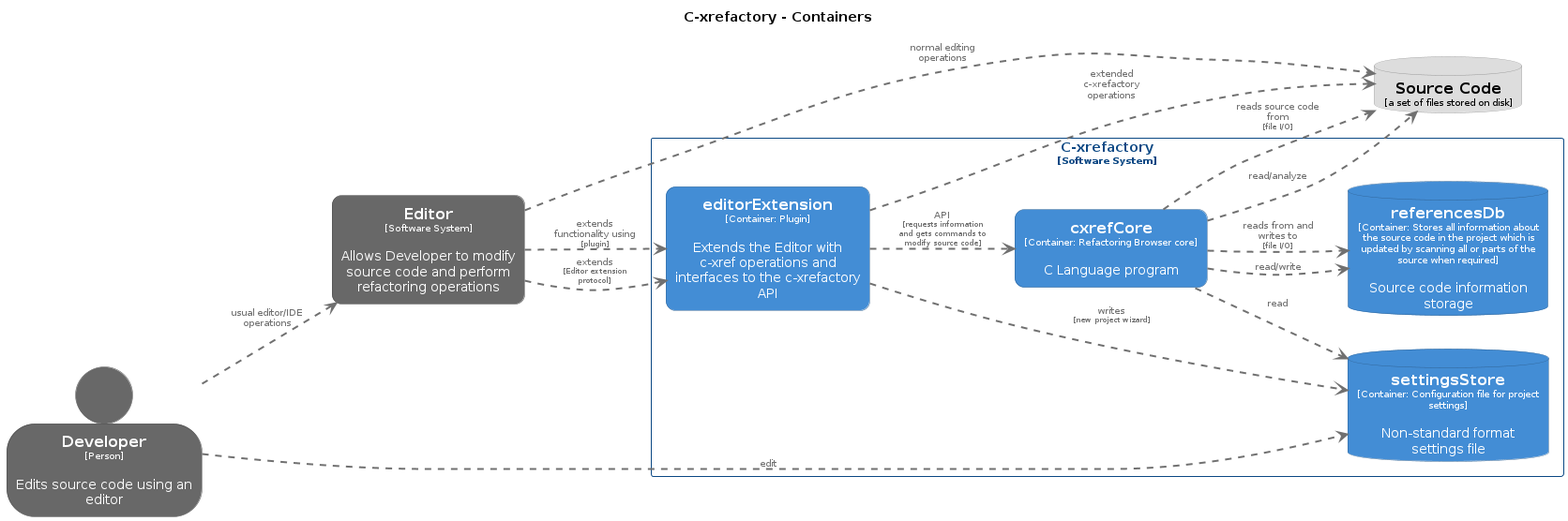
The PlantUML diagram ContainerView.png in thoni56/c-xrefactory, before a commit. Its diagram source:
```plantuml
@startuml
set separator none
title C-xrefactory - Containers

left to right direction

skinparam {
  arrowFontSize 10
  defaultTextAlignment center
  wrapWidth 200
  maxMessageSize 100
}

hide stereotype

skinparam person<<Developer>> {
  BackgroundColor #686868
  FontColor #ffffff
  BorderColor #484848
  shadowing false
}
skinparam rectangle<<Editor>> {
  BackgroundColor #686868
  FontColor #ffffff
  BorderColor #484848
  roundCorner 20
  shadowing false
}
skinparam database<<3>> {
  BackgroundColor #dddddd
  FontColor #000000
  BorderColor #9a9a9a
  shadowing false
}
skinparam rectangle<<Cxrefactory.cxrefCore>> {
  BackgroundColor #438dd5
  FontColor #ffffff
  BorderColor #2e6295
  roundCorner 20
  shadowing false
}
skinparam rectangle<<Cxrefactory.editorExtension>> {
  BackgroundColor #438dd5
  FontColor #ffffff
  BorderColor #2e6295
  roundCorner 20
  shadowing false
}
skinparam database<<Cxrefactory.referencesDb>> {
  BackgroundColor #438dd5
  FontColor #ffffff
  BorderColor #2e6295
  shadowing false
}
skinparam database<<Cxrefactory.settingsStore>> {
  BackgroundColor #438dd5
  FontColor #ffffff
  BorderColor #2e6295
  shadowing false
}
skinparam rectangle<<Cxrefactory>> {
  BorderColor #0b4884
  FontColor #0b4884
  shadowing false
}

person "==Developer\n<size:10>[Person]</size>\n\nEdits source code using an editor" <<Developer>> as Developer
rectangle "==Editor\n<size:10>[Software System]</size>\n\nAllows Developer to modify source code and perform refactoring operations" <<Editor>> as Editor
database "==Source Code\n<size:10>[a set of files stored on disk]</size>" <<3>> as 3

rectangle "C-xrefactory\n<size:10>[Software System]</size>" <<Cxrefactory>> {
  rectangle "==cxrefCore\n<size:10>[Container: Refactoring Browser core]</size>\n\nC Language program" <<Cxrefactory.cxrefCore>> as Cxrefactory.cxrefCore
  database "==settingsStore\n<size:10>[Container: Configuration file for project settings]</size>\n\nNon-standard format settings file" <<Cxrefactory.settingsStore>> as Cxrefactory.settingsStore
  database "==referencesDb\n<size:10>[Container: Stores all information about the source code in the project which is updated by scanning all or parts of the source when required]</size>\n\nSource code information storage" <<Cxrefactory.referencesDb>> as Cxrefactory.referencesDb
  rectangle "==editorExtension\n<size:10>[Container: Plugin]</size>\n\nExtends the Editor with c-xref operations and interfaces to the c-xrefactory API" <<Cxrefactory.editorExtension>> as Cxrefactory.editorExtension
}

Cxrefactory.cxrefCore .[#707070,thickness=2].> 3 : "<color:#707070>reads source code from\n<color:#707070><size:8>[file I/O]</size>"
Cxrefactory.cxrefCore .[#707070,thickness=2].> Cxrefactory.referencesDb : "<color:#707070>reads from and writes to\n<color:#707070><size:8>[file I/O]</size>"
Cxrefactory.editorExtension .[#707070,thickness=2].> Cxrefactory.settingsStore : "<color:#707070>writes\n<color:#707070><size:8>[new project wizard]</size>"
Cxrefactory.cxrefCore .[#707070,thickness=2].> Cxrefactory.settingsStore : "<color:#707070>read"
Cxrefactory.editorExtension .[#707070,thickness=2].> Cxrefactory.cxrefCore : "<color:#707070>API\n<color:#707070><size:8>[requests information and gets commands to modify source code]</size>"
Cxrefactory.cxrefCore .[#707070,thickness=2].> Cxrefactory.referencesDb : "<color:#707070>read/write"
Cxrefactory.cxrefCore .[#707070,thickness=2].> 3 : "<color:#707070>read/analyze"
Developer .[#707070,thickness=2].> Editor : "<color:#707070>usual editor/IDE operations"
Editor .[#707070,thickness=2].> 3 : "<color:#707070>normal editing operations"
Editor .[#707070,thickness=2].> Cxrefactory.editorExtension : "<color:#707070>extends\n<color:#707070><size:8>[Editor extension protocol]</size>"
Developer .[#707070,thickness=2].> Cxrefactory.settingsStore : "<color:#707070>edit"
Cxrefactory.editorExtension .[#707070,thickness=2].> 3 : "<color:#707070>extended c-xrefactory operations"
Editor .[#707070,thickness=2].> Cxrefactory.editorExtension : "<color:#707070>extends functionality using\n<color:#707070><size:8>[plugin]</size>"
@enduml
```
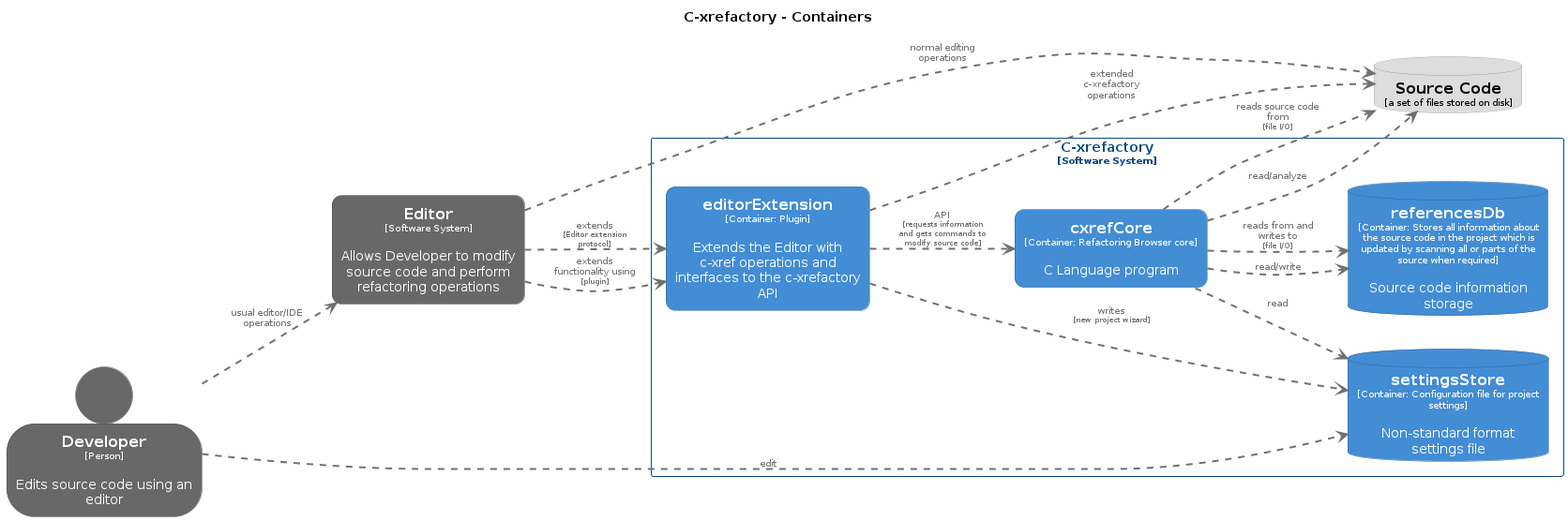
The same diagram one commit later.

What changed in the source:
```diff
@@ -75,6 +75,7 @@
   rectangle "==editorExtension\n<size:10>[Container: Plugin]</size>\n\nExtends the Editor with c-xref operations and interfaces to the c-xrefactory API" <<Cxrefactory.editorExtension>> as Cxrefactory.editorExtension
 }
 
+Editor .[#707070,thickness=2].> Cxrefactory.editorExtension : "<color:#707070>extends functionality using\n<color:#707070><size:8>[plugin]</size>"
 Cxrefactory.cxrefCore .[#707070,thickness=2].> 3 : "<color:#707070>reads source code from\n<color:#707070><size:8>[file I/O]</size>"
 Cxrefactory.cxrefCore .[#707070,thickness=2].> Cxrefactory.referencesDb : "<color:#707070>reads from and writes to\n<color:#707070><size:8>[file I/O]</size>"
 Cxrefactory.editorExtension .[#707070,thickness=2].> Cxrefactory.settingsStore : "<color:#707070>writes\n<color:#707070><size:8>[new project wizard]</size>"
@@ -87,5 +88,4 @@
 Editor .[#707070,thickness=2].> Cxrefactory.editorExtension : "<color:#707070>extends\n<color:#707070><size:8>[Editor extension protocol]</size>"
 Developer .[#707070,thickness=2].> Cxrefactory.settingsStore : "<color:#707070>edit"
 Cxrefactory.editorExtension .[#707070,thickness=2].> 3 : "<color:#707070>extended c-xrefactory operations"
-Editor .[#707070,thickness=2].> Cxrefactory.editorExtension : "<color:#707070>extends functionality using\n<color:#707070><size:8>[plugin]</size>"
 @enduml
```
